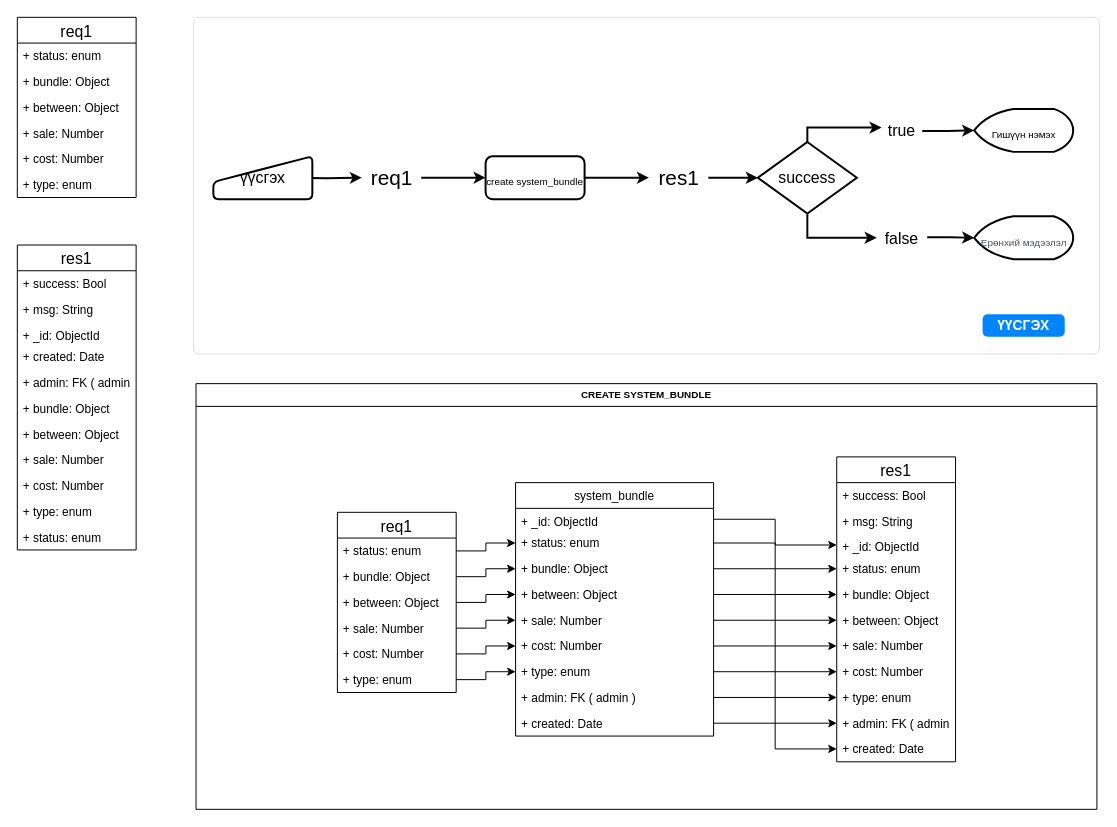
The draw.io diagram page "create bundle" (4 of 4) of hrx.drawio in dashka0212/drawio, before the edit. Source tidied: cells renumbered, new cells numbered last; positions are measured from the earlier drawing's top-left corner, leaving out a move shared by most shapes. Both pictures are drawn from the tidied source at 99%, with x=0, y=0 at pixel (17, 17).
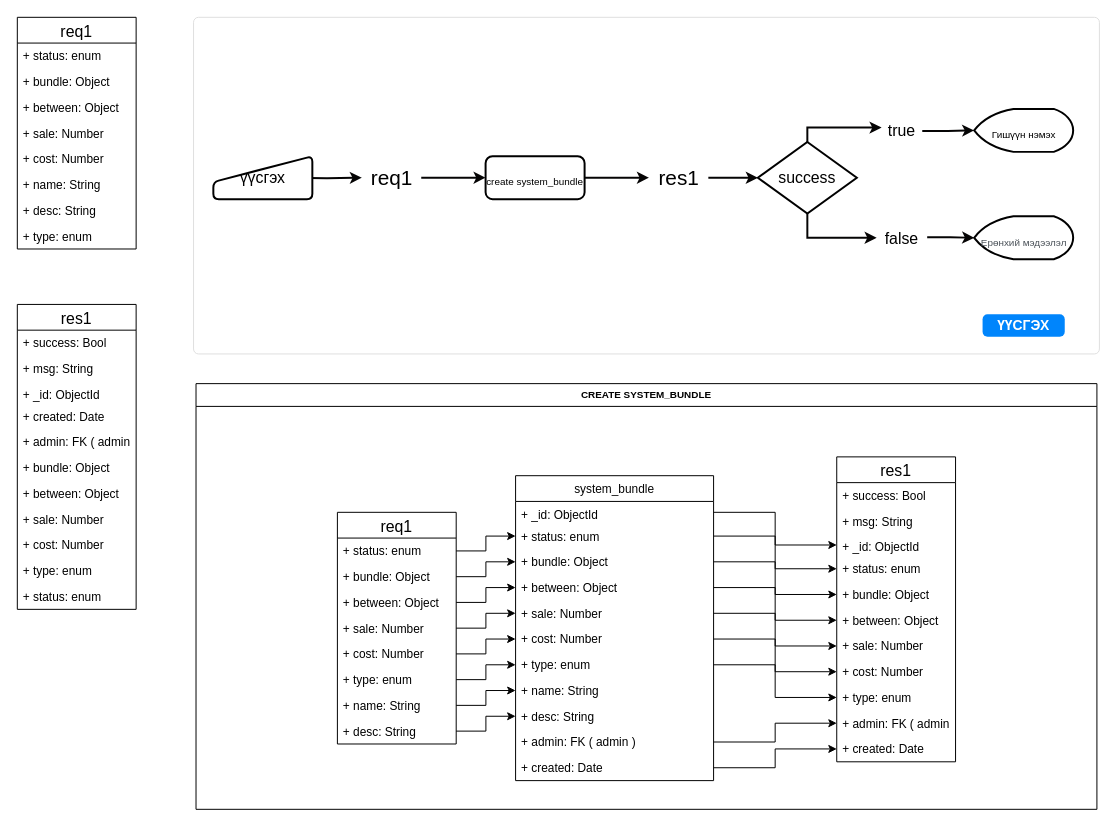
Above is the later version.

The change refers to these unchanged cells:
```xml
<mxCell id="40" value="CREATE SYSTEM_BUNDLE" style="swimlane;fillColor=none;fontSize=10;" parent="1" vertex="1">
  <mxGeometry x="180.5" y="370" width="910" height="430" as="geometry" />
</mxCell>
```

What changed in the source:
```diff
@@
     <mxCell id="21" value="req1" style="swimlane;fontStyle=0;horizontal=1;startSize=26;fillColor=none;fontSize=16;fontColor=#000000;align=center;" parent="1" vertex="1">
-      <mxGeometry width="120" height="182" as="geometry" />
+      <mxGeometry width="120" height="234" as="geometry" />
     </mxCell>
@@
+    <mxCell id="85" value="+ name: String" style="text;strokeColor=none;fillColor=none;align=left;verticalAlign=top;spacingLeft=4;spacingRight=4;overflow=hidden;" parent="21" vertex="1">
+      <mxGeometry y="156" width="120" height="26" as="geometry" />
+    </mxCell>
+    <mxCell id="86" value="+ desc: String" style="text;strokeColor=none;fillColor=none;align=left;verticalAlign=top;spacingLeft=4;spacingRight=4;overflow=hidden;" parent="21" vertex="1">
+      <mxGeometry y="182" width="120" height="26" as="geometry" />
+    </mxCell>
     <mxCell id="27" value="+ type: enum" style="text;strokeColor=none;fillColor=none;align=left;verticalAlign=top;spacingLeft=4;spacingRight=4;overflow=hidden;" parent="21" vertex="1">
-      <mxGeometry y="156" width="120" height="26" as="geometry" />
+      <mxGeometry y="208" width="120" height="26" as="geometry" />
     </mxCell>
     <mxCell id="28" value="res1" style="swimlane;fontStyle=0;horizontal=1;startSize=26;fillColor=none;fontSize=16;fontColor=#000000;align=center;" parent="1" vertex="1">
-      <mxGeometry y="230" width="120" height="308" as="geometry" />
+      <mxGeometry y="290" width="120" height="308" as="geometry" />
     </mxCell>
@@
     <mxCell id="41" value="req1" style="swimlane;fontStyle=0;horizontal=1;startSize=26;fillColor=none;fontSize=16;fontColor=#000000;align=center;" parent="40" vertex="1">
-      <mxGeometry x="142.8" y="130" width="120" height="182" as="geometry" />
+      <mxGeometry x="142.8" y="130" width="120" height="234" as="geometry" />
     </mxCell>
@@
+    <mxCell id="87" value="+ name: String" style="text;strokeColor=none;fillColor=none;align=left;verticalAlign=top;spacingLeft=4;spacingRight=4;overflow=hidden;points=[[0,0.5],[1,0.5]];portConstraint=eastwest;" parent="41" vertex="1">
+      <mxGeometry y="182" width="120" height="26" as="geometry" />
+    </mxCell>
+    <mxCell id="88" value="+ desc: String" style="text;strokeColor=none;fillColor=none;align=left;verticalAlign=top;spacingLeft=4;spacingRight=4;overflow=hidden;points=[[0,0.5],[1,0.5]];portConstraint=eastwest;" parent="41" vertex="1">
+      <mxGeometry y="208" width="120" height="26" as="geometry" />
+    </mxCell>
     <mxCell id="48" value="system_bundle" style="swimlane;fontStyle=0;horizontal=1;startSize=26;fillColor=#FFFFFF;fontColor=#050505;" parent="40" vertex="1">
-      <mxGeometry x="322.8" y="100" width="200" height="256" as="geometry" />
+      <mxGeometry x="322.8" y="93" width="200" height="308" as="geometry" />
     </mxCell>
@@
+    <mxCell id="89" value="+ name: String" style="text;strokeColor=none;fillColor=none;align=left;verticalAlign=top;spacingLeft=4;spacingRight=4;overflow=hidden;points=[[0,0.5],[1,0.5]];portConstraint=eastwest;" parent="48" vertex="1">
+      <mxGeometry y="204" width="200" height="26" as="geometry" />
+    </mxCell>
+    <mxCell id="90" value="+ desc: String" style="text;strokeColor=none;fillColor=none;align=left;verticalAlign=top;spacingLeft=4;spacingRight=4;overflow=hidden;points=[[0,0.5],[1,0.5]];portConstraint=eastwest;" parent="48" vertex="1">
+      <mxGeometry y="230" width="200" height="26" as="geometry" />
+    </mxCell>
     <mxCell id="56" value="+ admin: FK ( admin )" style="text;strokeColor=none;fillColor=none;align=left;verticalAlign=top;spacingLeft=4;spacingRight=4;overflow=hidden;points=[[0,0.5],[1,0.5]];portConstraint=eastwest;" parent="48" vertex="1">
-      <mxGeometry y="204" width="200" height="26" as="geometry" />
+      <mxGeometry y="256" width="200" height="26" as="geometry" />
     </mxCell>
     <mxCell id="57" value="+ created: Date" style="text;strokeColor=none;fillColor=none;align=left;verticalAlign=top;spacingLeft=4;spacingRight=4;overflow=hidden;points=[[0,0.5],[1,0.5]];portConstraint=eastwest;" parent="48" vertex="1">
-      <mxGeometry y="230" width="200" height="26" as="geometry" />
+      <mxGeometry y="282" width="200" height="26" as="geometry" />
     </mxCell>
@@
+    <mxCell id="91" style="edgeStyle=orthogonalEdgeStyle;rounded=0;jettySize=auto;html=1;exitX=1;exitY=0.5;exitDx=0;exitDy=0;entryX=0;entryY=0.5;entryDx=0;entryDy=0;" parent="40" edge="1" source="87" target="89">
+      <mxGeometry relative="1" as="geometry" />
+    </mxCell>
+    <mxCell id="92" style="edgeStyle=orthogonalEdgeStyle;rounded=0;jettySize=auto;html=1;exitX=1;exitY=0.5;exitDx=0;exitDy=0;entryX=0;entryY=0.5;entryDx=0;entryDy=0;" parent="40" edge="1" source="88" target="90">
+      <mxGeometry relative="1" as="geometry" />
+    </mxCell>
```
